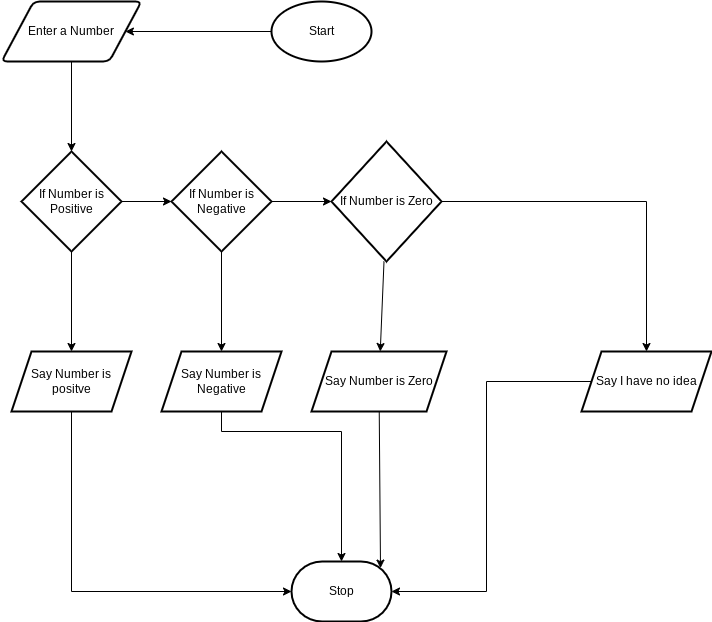
Above: flowchart.png in Ethan-Prieur1/ICS3U-Unit3-04-Python (draw.io), before the change. Source tidied: cells renumbered, new cells last; positions are measured from the earlier drawing's top-left corner, leaving out a move shared by most shapes. The source it was exported from:
```xml
<mxGraphModel>
  <root>
    <mxCell id="0" />
    <mxCell id="1" parent="0" />
    <mxCell id="2" style="edgeStyle=none;html=1;" parent="1" edge="1" source="3" target="5">
      <mxGeometry relative="1" as="geometry" />
    </mxCell>
    <mxCell id="3" value="Start" style="strokeWidth=2;html=1;shape=mxgraph.flowchart.start_1;whiteSpace=wrap;" parent="1" vertex="1">
      <mxGeometry x="270" width="100" height="60" as="geometry" />
    </mxCell>
    <mxCell id="4" style="edgeStyle=none;html=1;" parent="1" edge="1" source="5" target="8">
      <mxGeometry relative="1" as="geometry" />
    </mxCell>
    <mxCell id="5" value="Enter a Number" style="shape=parallelogram;html=1;strokeWidth=2;perimeter=parallelogramPerimeter;whiteSpace=wrap;rounded=1;arcSize=12;size=0.23;" parent="1" vertex="1">
      <mxGeometry width="140" height="60" as="geometry" />
    </mxCell>
    <mxCell id="6" style="edgeStyle=none;html=1;" parent="1" edge="1" source="8" target="11">
      <mxGeometry relative="1" as="geometry" />
    </mxCell>
    <mxCell id="7" style="edgeStyle=none;html=1;" parent="1" edge="1" source="8" target="15">
      <mxGeometry relative="1" as="geometry" />
    </mxCell>
    <mxCell id="8" value="If Number is Positive" style="strokeWidth=2;html=1;shape=mxgraph.flowchart.decision;whiteSpace=wrap;" parent="1" vertex="1">
      <mxGeometry x="20" y="150" width="100" height="100" as="geometry" />
    </mxCell>
    <mxCell id="9" style="edgeStyle=none;html=1;" parent="1" edge="1" source="11" target="14">
      <mxGeometry relative="1" as="geometry" />
    </mxCell>
    <mxCell id="10" style="edgeStyle=none;html=1;" parent="1" edge="1" source="11" target="17">
      <mxGeometry relative="1" as="geometry" />
    </mxCell>
    <mxCell id="11" value="If Number is Negative" style="strokeWidth=2;html=1;shape=mxgraph.flowchart.decision;whiteSpace=wrap;" parent="1" vertex="1">
      <mxGeometry x="170" y="150" width="100" height="100" as="geometry" />
    </mxCell>
    <mxCell id="12" style="edgeStyle=none;html=1;" parent="1" edge="1" source="14" target="19">
      <mxGeometry relative="1" as="geometry" />
    </mxCell>
    <mxCell id="13" style="edgeStyle=none;html=1;rounded=0;" parent="1" edge="1" source="14" target="21">
      <mxGeometry relative="1" as="geometry">
        <Array as="points">
          <mxPoint x="440" y="200" />
          <mxPoint x="645" y="200" />
        </Array>
      </mxGeometry>
    </mxCell>
    <mxCell id="14" value="If Number is Zero" style="strokeWidth=2;html=1;shape=mxgraph.flowchart.decision;whiteSpace=wrap;" parent="1" vertex="1">
      <mxGeometry x="330" y="140" width="110" height="120" as="geometry" />
    </mxCell>
    <mxCell id="15" value="Say Number is positve" style="shape=parallelogram;perimeter=parallelogramPerimeter;whiteSpace=wrap;html=1;fixedSize=1;strokeWidth=2;" parent="1" vertex="1">
      <mxGeometry x="10" y="350" width="120" height="60" as="geometry" />
    </mxCell>
    <mxCell id="16" style="edgeStyle=orthogonalEdgeStyle;rounded=0;html=1;entryX=0.5;entryY=0;entryDx=0;entryDy=0;entryPerimeter=0;" parent="1" edge="1" source="17" target="22">
      <mxGeometry relative="1" as="geometry">
        <Array as="points">
          <mxPoint x="220" y="430" />
          <mxPoint x="340" y="430" />
        </Array>
      </mxGeometry>
    </mxCell>
    <mxCell id="17" value="Say Number is Negative" style="shape=parallelogram;perimeter=parallelogramPerimeter;whiteSpace=wrap;html=1;fixedSize=1;strokeWidth=2;" parent="1" vertex="1">
      <mxGeometry x="160" y="350" width="120" height="60" as="geometry" />
    </mxCell>
    <mxCell id="18" style="edgeStyle=none;rounded=0;html=1;entryX=0.89;entryY=0.11;entryDx=0;entryDy=0;entryPerimeter=0;" parent="1" edge="1" source="19" target="22">
      <mxGeometry relative="1" as="geometry" />
    </mxCell>
    <mxCell id="19" value="Say Number is Zero" style="shape=parallelogram;perimeter=parallelogramPerimeter;whiteSpace=wrap;html=1;fixedSize=1;strokeWidth=2;" parent="1" vertex="1">
      <mxGeometry x="310" y="350" width="135" height="60" as="geometry" />
    </mxCell>
    <mxCell id="20" style="edgeStyle=orthogonalEdgeStyle;rounded=0;html=1;entryX=1;entryY=0.5;entryDx=0;entryDy=0;entryPerimeter=0;" parent="1" edge="1" source="21" target="22">
      <mxGeometry relative="1" as="geometry" />
    </mxCell>
    <mxCell id="21" value="Say I have no idea" style="shape=parallelogram;perimeter=parallelogramPerimeter;whiteSpace=wrap;html=1;fixedSize=1;strokeWidth=2;" parent="1" vertex="1">
      <mxGeometry x="580" y="350" width="130" height="60" as="geometry" />
    </mxCell>
    <mxCell id="22" value="Stop" style="strokeWidth=2;html=1;shape=mxgraph.flowchart.terminator;whiteSpace=wrap;" parent="1" vertex="1">
      <mxGeometry x="290" y="560" width="100" height="60" as="geometry" />
    </mxCell>
    <mxCell id="23" style="endArrow=classic;html=1;rounded=0;exitX=0.5;exitY=1;exitDx=0;exitDy=0;entryX=0;entryY=0.5;entryDx=0;entryDy=0;entryPerimeter=0;edgeStyle=orthogonalEdgeStyle;" parent="1" edge="1" source="15" target="22">
      <mxGeometry relative="1" as="geometry" />
    </mxCell>
  </root>
</mxGraphModel>
```
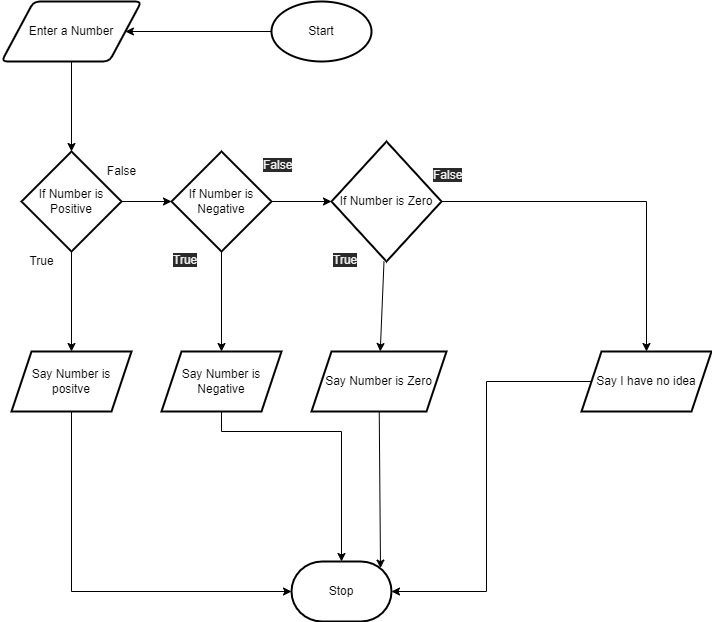
The same file after the commit.

Commit message:
Fixed those flowchart things

Diff of the diagram source:
```diff
@@ -78,5 +78,23 @@
     <mxCell id="23" style="endArrow=classic;html=1;rounded=0;exitX=0.5;exitY=1;exitDx=0;exitDy=0;entryX=0;entryY=0.5;entryDx=0;entryDy=0;entryPerimeter=0;edgeStyle=orthogonalEdgeStyle;" parent="1" edge="1" source="15" target="22">
       <mxGeometry relative="1" as="geometry" />
     </mxCell>
+    <mxCell id="24" value="False" style="text;html=1;align=center;verticalAlign=middle;strokeColor=none;fillColor=none;" parent="1" vertex="1">
+      <mxGeometry x="100" y="160" width="40" height="20" as="geometry" />
+    </mxCell>
+    <mxCell id="25" value="&lt;span style=&quot;color: rgb(240, 240, 240); font-family: helvetica; font-size: 12px; font-style: normal; font-weight: 400; letter-spacing: normal; text-align: center; text-indent: 0px; text-transform: none; word-spacing: 0px; background-color: rgb(42, 42, 42); display: inline; float: none;&quot;&gt;False&lt;/span&gt;" style="text;whiteSpace=wrap;html=1;" parent="1" vertex="1">
+      <mxGeometry x="260" y="150" width="50" height="30" as="geometry" />
+    </mxCell>
+    <mxCell id="26" value="&lt;span style=&quot;color: rgb(240, 240, 240); font-family: helvetica; font-size: 12px; font-style: normal; font-weight: 400; letter-spacing: normal; text-align: center; text-indent: 0px; text-transform: none; word-spacing: 0px; background-color: rgb(42, 42, 42); display: inline; float: none;&quot;&gt;False&lt;/span&gt;" style="text;whiteSpace=wrap;html=1;" parent="1" vertex="1">
+      <mxGeometry x="430" y="160" width="50" height="30" as="geometry" />
+    </mxCell>
+    <mxCell id="27" value="True" style="text;html=1;align=center;verticalAlign=middle;strokeColor=none;fillColor=none;" parent="1" vertex="1">
+      <mxGeometry x="20" y="250" width="40" height="20" as="geometry" />
+    </mxCell>
+    <mxCell id="28" value="&lt;span style=&quot;color: rgb(240, 240, 240); font-family: helvetica; font-size: 12px; font-style: normal; font-weight: 400; letter-spacing: normal; text-align: center; text-indent: 0px; text-transform: none; word-spacing: 0px; background-color: rgb(42, 42, 42); display: inline; float: none;&quot;&gt;True&lt;/span&gt;" style="text;whiteSpace=wrap;html=1;" parent="1" vertex="1">
+      <mxGeometry x="170" y="245" width="50" height="30" as="geometry" />
+    </mxCell>
+    <mxCell id="29" value="&lt;span style=&quot;color: rgb(240, 240, 240); font-family: helvetica; font-size: 12px; font-style: normal; font-weight: 400; letter-spacing: normal; text-align: center; text-indent: 0px; text-transform: none; word-spacing: 0px; background-color: rgb(42, 42, 42); display: inline; float: none;&quot;&gt;True&lt;/span&gt;" style="text;whiteSpace=wrap;html=1;" parent="1" vertex="1">
+      <mxGeometry x="330" y="245" width="50" height="30" as="geometry" />
+    </mxCell>
   </root>
 </mxGraphModel>
```
